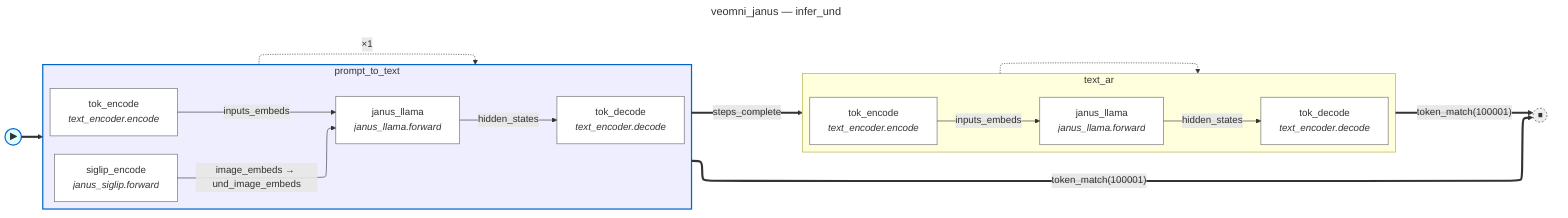
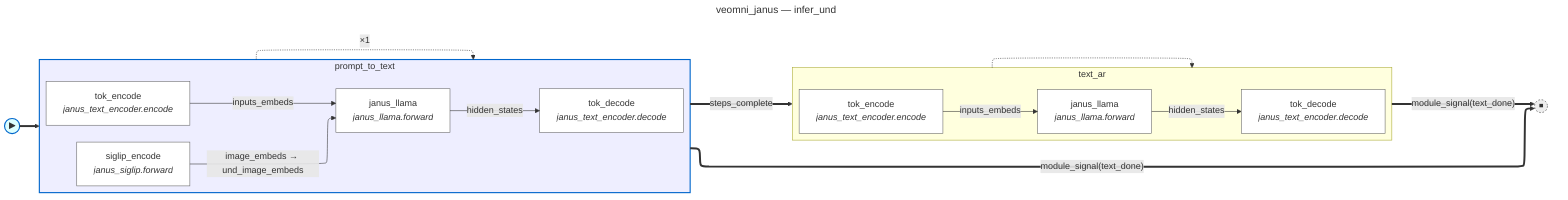
---
title: veomni_janus — infer_und
---
%%{init: {'flowchart': {'defaultRenderer': 'elk'}}}%%
flowchart LR
    fsm_start(("▶")):::fsm_start
    fsm_done(("⏹")):::fsm_terminal
    subgraph state_prompt_to_text [prompt_to_text]
        direction LR
        prompt_to_text__siglip_encode["siglip_encode<br/><i>janus_siglip.forward</i>"]:::body_node
        prompt_to_text__janus_llama["janus_llama<br/><i>janus_llama.forward</i>"]:::body_node
-         prompt_to_text__tok_encode["tok_encode<br/><i>text_encoder.encode</i>"]:::body_node
-         prompt_to_text__tok_decode["tok_decode<br/><i>text_encoder.decode</i>"]:::body_node
+         prompt_to_text__tok_encode["tok_encode<br/><i>janus_text_encoder.encode</i>"]:::body_node
+         prompt_to_text__tok_decode["tok_decode<br/><i>janus_text_encoder.decode</i>"]:::body_node
        prompt_to_text__siglip_encode -->|"image_embeds → und_image_embeds"| prompt_to_text__janus_llama
        prompt_to_text__tok_encode -->|"inputs_embeds"| prompt_to_text__janus_llama
        prompt_to_text__janus_llama -->|"hidden_states"| prompt_to_text__tok_decode
    end
    subgraph state_text_ar [text_ar]
        direction LR
-         text_ar__tok_encode["tok_encode<br/><i>text_encoder.encode</i>"]:::body_node
+         text_ar__tok_encode["tok_encode<br/><i>janus_text_encoder.encode</i>"]:::body_node
        text_ar__janus_llama["janus_llama<br/><i>janus_llama.forward</i>"]:::body_node
-         text_ar__tok_decode["tok_decode<br/><i>text_encoder.decode</i>"]:::body_node
+         text_ar__tok_decode["tok_decode<br/><i>janus_text_encoder.decode</i>"]:::body_node
        text_ar__tok_encode -->|"inputs_embeds"| text_ar__janus_llama
        text_ar__janus_llama -->|"hidden_states"| text_ar__tok_decode
    end
    state_prompt_to_text -.->|"×1"| state_prompt_to_text
    state_text_ar -.-> state_text_ar
    fsm_start ==> state_prompt_to_text
-     state_prompt_to_text ==>|"token_match(100001)"| fsm_done
+     state_prompt_to_text ==>|"module_signal(text_done)"| fsm_done
    state_prompt_to_text ==>|"steps_complete"| state_text_ar
-     state_text_ar ==>|"token_match(100001)"| fsm_done
+     state_text_ar ==>|"module_signal(text_done)"| fsm_done
    classDef body_node fill:#fff,stroke:#666
    classDef fsm_start fill:#dff,stroke:#06c,stroke-width:2px
    classDef fsm_terminal fill:#eee,stroke:#333,stroke-width:1px,stroke-dasharray:3 3
    style state_prompt_to_text fill:#eef,stroke:#06c,stroke-width:2px
